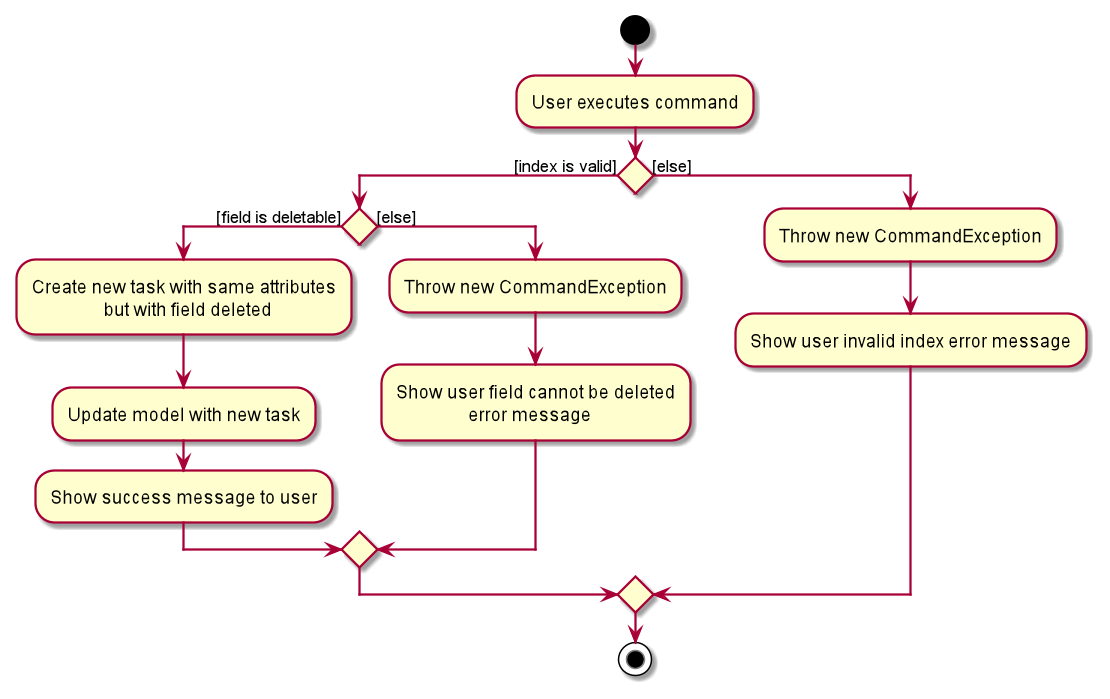
Earlier version of the PlantUML export docs/images/DeleteFieldActivityDiagram.png (nus-cs2103-AY2021S2/tp).
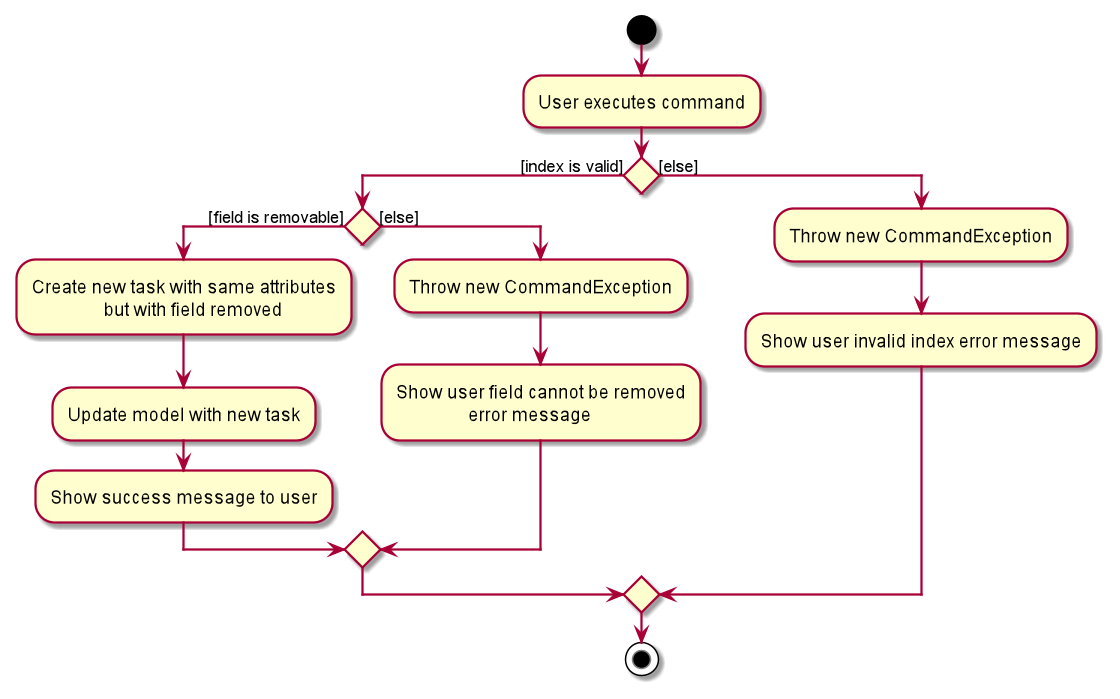
The same diagram one commit later.

The edit, as a diff of the source:
```diff
@@ -3,14 +3,14 @@
 start
 :User executes command;
 if () then ([index is valid])
-    if () then ([field is deletable])
+    if () then ([field is removable])
         :Create new task with same attributes
-                        but with field deleted;
+                        but with field removed;
         :Update model with new task;
         :Show success message to user;
     else ([else])
         :Throw new CommandException;
-        :Show user field cannot be deleted
+        :Show user field cannot be removed
                         error message;
     endif
 else ([else])
```
